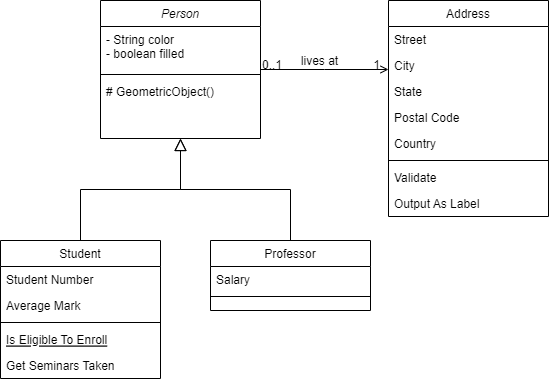
Before: Module4/ProgrammingAssignment/ChapterThirteenExercise/GeometricObjectUML.png, a diagram exported from draw.io (njlowhorn/Java_Class). Source tidied: cells renumbered, new cells last; positions are measured from the earlier drawing's top-left corner, leaving out a move shared by most shapes.
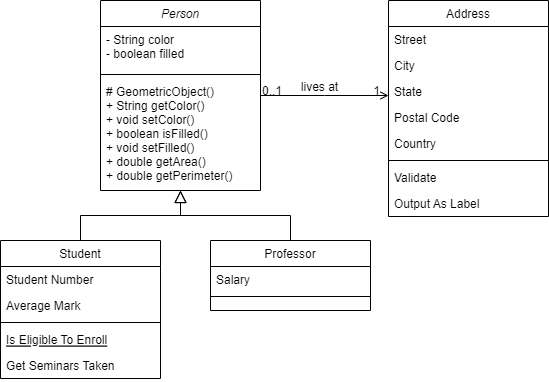
The same diagram one commit later.

Change to the diagram source:
```diff
@@ -3,7 +3,7 @@
     <mxCell id="0" />
     <mxCell id="1" parent="0" />
     <mxCell id="2" value="Person" style="swimlane;fontStyle=2;align=center;verticalAlign=top;horizontal=1;startSize=26;rounded=0;shadow=0;strokeWidth=1;" parent="1" vertex="1">
-      <mxGeometry x="100" width="160" height="138" as="geometry" />
+      <mxGeometry x="100" width="160" height="190" as="geometry" />
     </mxCell>
     <mxCell id="3" value="- String color&#10;- boolean filled" style="text;align=left;verticalAlign=top;spacingLeft=4;spacingRight=4;overflow=hidden;" parent="2" vertex="1">
       <mxGeometry y="26" width="160" height="44" as="geometry" />
@@ -11,8 +11,8 @@
     <mxCell id="4" style="line;html=1;strokeWidth=1;align=left;verticalAlign=middle;spacingTop=-1;spacingLeft=3;spacingRight=3;labelPosition=right;" parent="2" vertex="1">
       <mxGeometry y="70" width="160" height="8" as="geometry" />
     </mxCell>
-    <mxCell id="5" value="# GeometricObject()&#10;" style="text;align=left;verticalAlign=top;spacingLeft=4;spacingRight=4;overflow=hidden;" parent="2" vertex="1">
-      <mxGeometry y="78" width="160" height="26" as="geometry" />
+    <mxCell id="5" value="# GeometricObject()&#10;+ String getColor()&#10;+ void setColor()&#10;+ boolean isFilled()&#10;+ void setFilled()&#10;+ double getArea()&#10;+ double getPerimeter()" style="text;align=left;verticalAlign=top;spacingLeft=4;spacingRight=4;overflow=hidden;" parent="2" vertex="1">
+      <mxGeometry y="78" width="160" height="112" as="geometry" />
     </mxCell>
     <mxCell id="6" value="Student" style="swimlane;fontStyle=0;align=center;verticalAlign=top;horizontal=1;startSize=26;rounded=0;shadow=0;strokeWidth=1;" parent="1" vertex="1">
       <mxGeometry y="240" width="160" height="138" as="geometry" />
```
